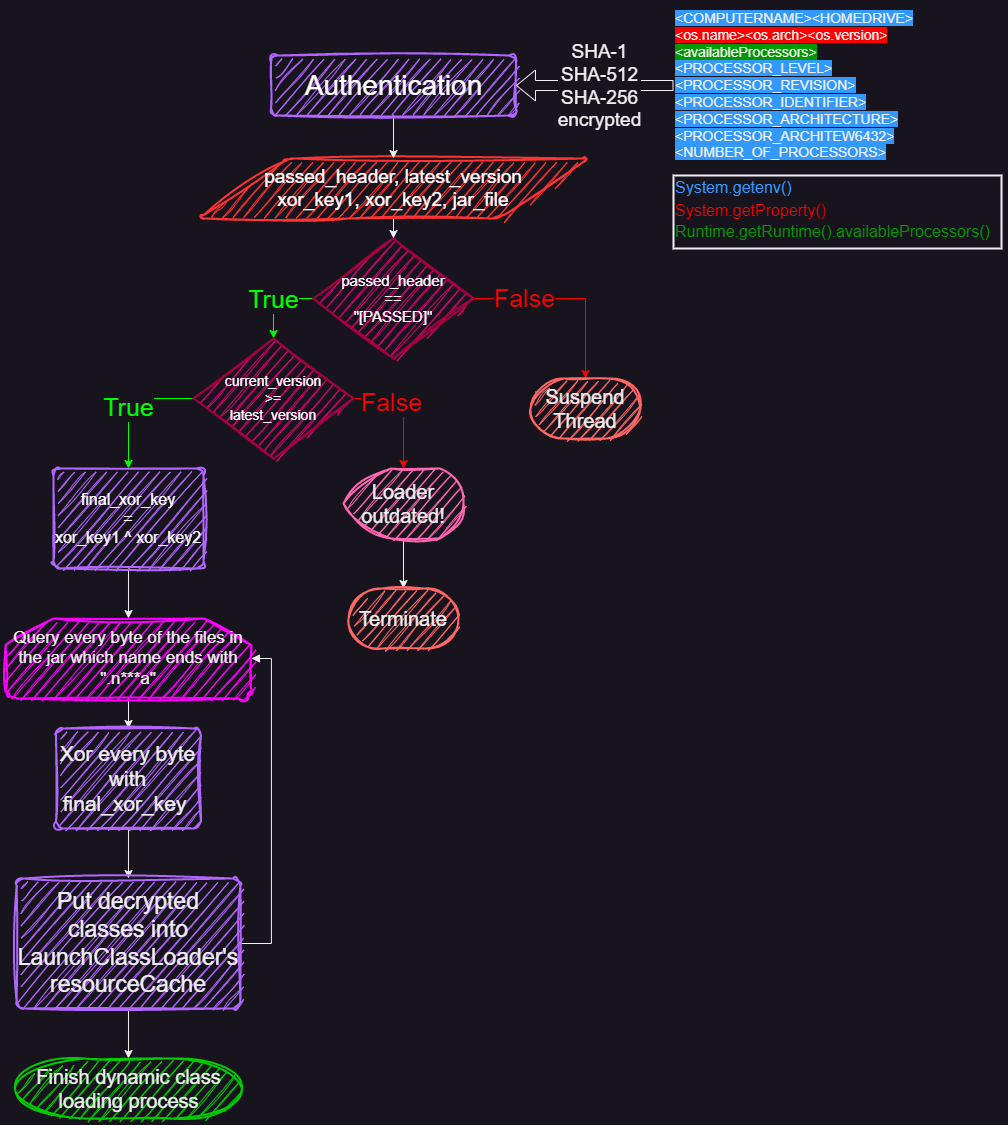
Above: assets/eloader034-p3/decryption_process.png in CakeSlayers/CakeSlayers.github.io (draw.io), before the change. Source tidied: cells renumbered, new cells last; positions are measured from the earlier drawing's top-left corner, leaving out a move shared by most shapes.
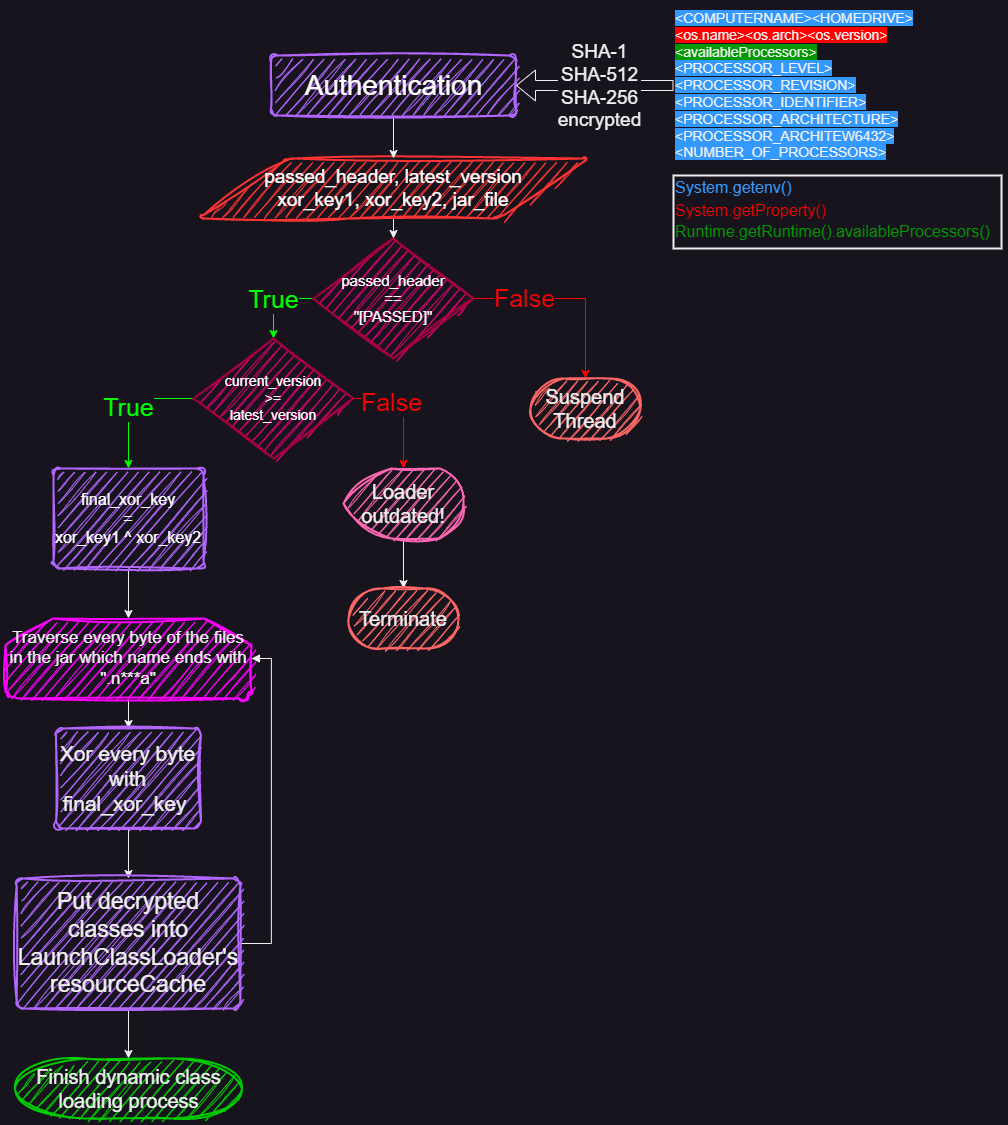
Above is the later version.

Change to the diagram source:
```diff
@@ -49,7 +49,7 @@
     <mxCell id="16" style="edgeStyle=orthogonalEdgeStyle;rounded=0;jettySize=auto;html=1;exitX=1;exitY=0.5;exitDx=0;exitDy=0;exitPerimeter=0;entryX=1;entryY=0.5;entryDx=0;entryDy=0;startArrow=block;startFill=1;endArrow=none;endFill=0;" parent="1" edge="1" source="17" target="25">
       <mxGeometry relative="1" as="geometry" />
     </mxCell>
-    <mxCell id="17" value="Query every byte of the files in the jar which name ends with &quot;.n***a&quot;" style="strokeWidth=2;html=1;shape=mxgraph.flowchart.loop_limit;whiteSpace=wrap;fillColor=#FF00FF;sketch=1;curveFitting=1;jiggle=2;strokeColor=#FF00FF;fontSize=17;" parent="1" vertex="1">
+    <mxCell id="17" value="Traverse&amp;nbsp;every byte of the files in the jar which name ends with &quot;.n***a&quot;" style="strokeWidth=2;html=1;shape=mxgraph.flowchart.loop_limit;whiteSpace=wrap;fillColor=#FF00FF;sketch=1;curveFitting=1;jiggle=2;strokeColor=#FF00FF;fontSize=17;" parent="1" vertex="1">
       <mxGeometry y="613" width="245.9" height="80" as="geometry" />
     </mxCell>
     <mxCell id="18" style="edgeStyle=orthogonalEdgeStyle;rounded=0;jettySize=auto;html=1;exitX=0.5;exitY=1;exitDx=0;exitDy=0;entryX=0.5;entryY=0;entryDx=0;entryDy=0;" parent="1" edge="1" source="19" target="25">
```
